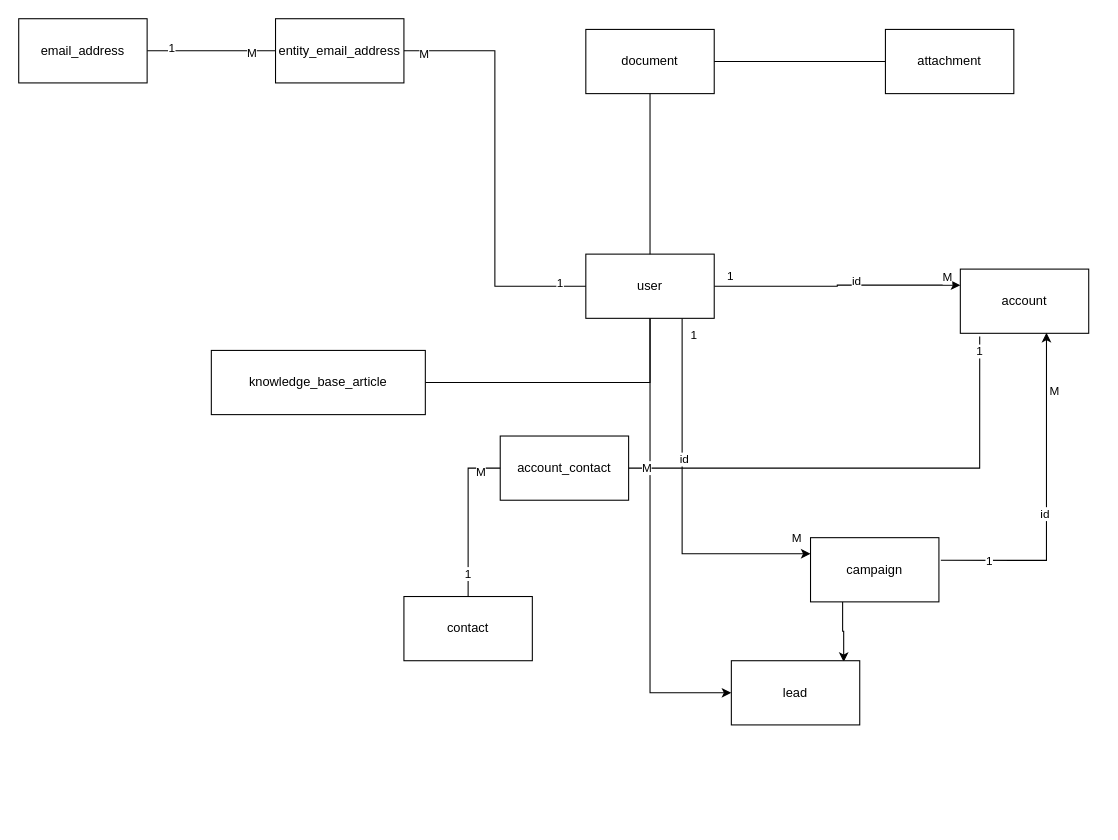
Earlier version of the draw.io diagram Untitled Diagram.drawio (egorb17/ESPO-DB). Source tidied: cells renumbered, new cells numbered last; positions are measured from the earlier drawing's top-left corner, leaving out a move shared by most shapes. Both pictures are drawn from the tidied source at 107%, with x=0, y=0 at pixel (18, 18).
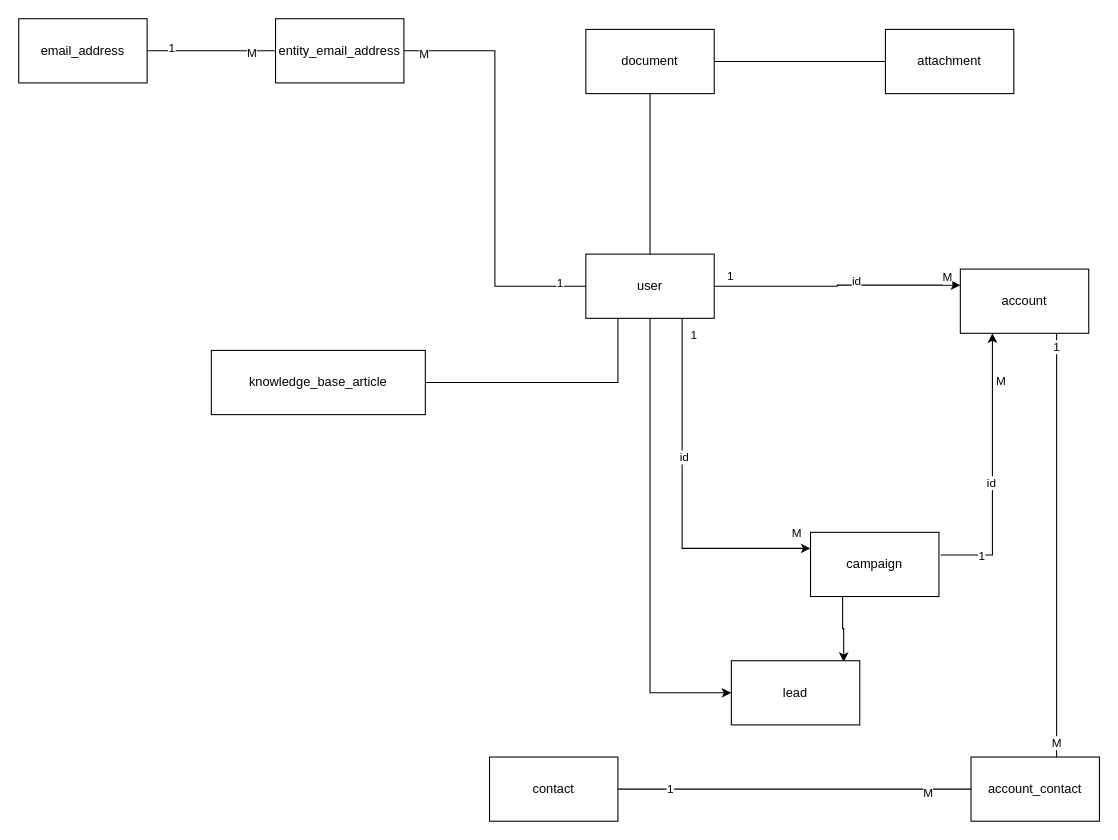
After the change.

The change refers to these unchanged cells:
```xml
<mxCell id="11" value="user" style="rounded=0;whiteSpace=wrap;html=1;" parent="1" vertex="1">
  <mxGeometry x="530" y="220" width="120" height="60" as="geometry" />
</mxCell>
<mxCell id="12" value="account" style="rounded=0;whiteSpace=wrap;html=1;" parent="1" vertex="1">
  <mxGeometry x="880" y="234" width="120" height="60" as="geometry" />
</mxCell>
<mxCell id="41" value="knowledge_base_article" style="rounded=0;whiteSpace=wrap;html=1;fontFamily=Helvetica;" parent="1" vertex="1">
  <mxGeometry x="180" y="310" width="200" height="60" as="geometry" />
</mxCell>
```

What changed in the source:
```diff
@@
     <mxCell id="16" value="campaign" style="rounded=0;whiteSpace=wrap;html=1;" parent="1" vertex="1">
-      <mxGeometry x="740" y="485" width="120" height="60" as="geometry" />
+      <mxGeometry x="740" y="480" width="120" height="60" as="geometry" />
     </mxCell>
-    <mxCell id="17" style="edgeStyle=orthogonalEdgeStyle;rounded=0;jettySize=auto;html=1;exitX=1.015;exitY=0.353;exitDx=0;exitDy=0;entryX=0.671;entryY=0.992;entryDx=0;entryDy=0;exitPerimeter=0;entryPerimeter=0;" parent="1" edge="1" source="16" target="12">
+    <mxCell id="17" style="edgeStyle=orthogonalEdgeStyle;rounded=0;jettySize=auto;html=1;exitX=1.015;exitY=0.353;exitDx=0;exitDy=0;entryX=0.25;entryY=1;entryDx=0;entryDy=0;exitPerimeter=0;" parent="1" edge="1" source="16" target="12">
       <mxGeometry relative="1" as="geometry" />
     </mxCell>
@@
-    <mxCell id="31" style="edgeStyle=orthogonalEdgeStyle;rounded=0;jettySize=auto;html=1;entryX=0.151;entryY=1.051;entryDx=0;entryDy=0;entryPerimeter=0;endArrow=none;endFill=0;" parent="1" edge="1" source="34" target="12">
-      <mxGeometry relative="1" as="geometry" />
+    <mxCell id="31" style="edgeStyle=orthogonalEdgeStyle;rounded=0;jettySize=auto;html=1;entryX=0.75;entryY=1;entryDx=0;entryDy=0;endArrow=none;endFill=0;" parent="1" edge="1" source="34" target="12">
+      <mxGeometry relative="1" as="geometry">
+        <Array as="points">
+          <mxPoint x="970" y="590" />
+          <mxPoint x="970" y="590" />
+        </Array>
+      </mxGeometry>
     </mxCell>
@@
     <mxCell id="34" value="account_contact" style="rounded=0;whiteSpace=wrap;html=1;" parent="1" vertex="1">
-      <mxGeometry x="450" y="390" width="120" height="60" as="geometry" />
+      <mxGeometry x="890" y="690" width="120" height="60" as="geometry" />
     </mxCell>
@@
     <mxCell id="38" value="contact" style="rounded=0;whiteSpace=wrap;html=1;" parent="1" vertex="1">
-      <mxGeometry x="360" y="540" width="120" height="60" as="geometry" />
+      <mxGeometry x="440" y="690" width="120" height="60" as="geometry" />
     </mxCell>
@@
-    <mxCell id="40" style="edgeStyle=orthogonalEdgeStyle;rounded=0;jettySize=auto;html=1;exitX=1;exitY=0.5;exitDx=0;exitDy=0;entryX=0.5;entryY=1;entryDx=0;entryDy=0;fontFamily=Helvetica;endArrow=none;endFill=0;" parent="1" edge="1" source="41" target="11">
-      <mxGeometry relative="1" as="geometry" />
+    <mxCell id="40" style="edgeStyle=orthogonalEdgeStyle;rounded=0;jettySize=auto;html=1;exitX=1;exitY=0.5;exitDx=0;exitDy=0;fontFamily=Helvetica;endArrow=none;endFill=0;" parent="1" edge="1" source="41">
+      <mxGeometry relative="1" as="geometry">
+        <mxPoint x="560" y="280" as="targetPoint" />
+        <Array as="points">
+          <mxPoint x="560" y="340" />
+          <mxPoint x="560" y="280" />
+        </Array>
+      </mxGeometry>
     </mxCell>
```
